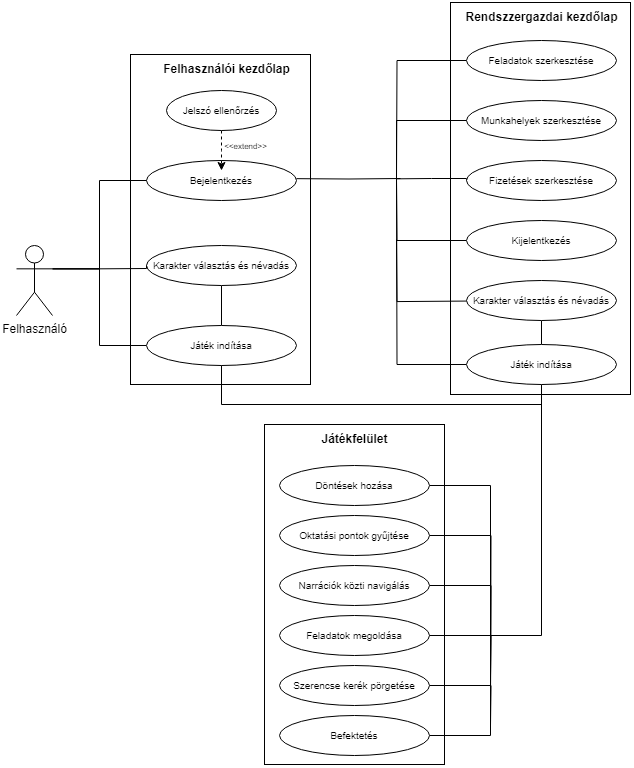
Above: images/56_eset_diagram.png in juhasznellee/szakdoga (draw.io), before the change. Source tidied: cells renumbered, new cells last; positions are measured from the earlier drawing's top-left corner, leaving out a move shared by most shapes.
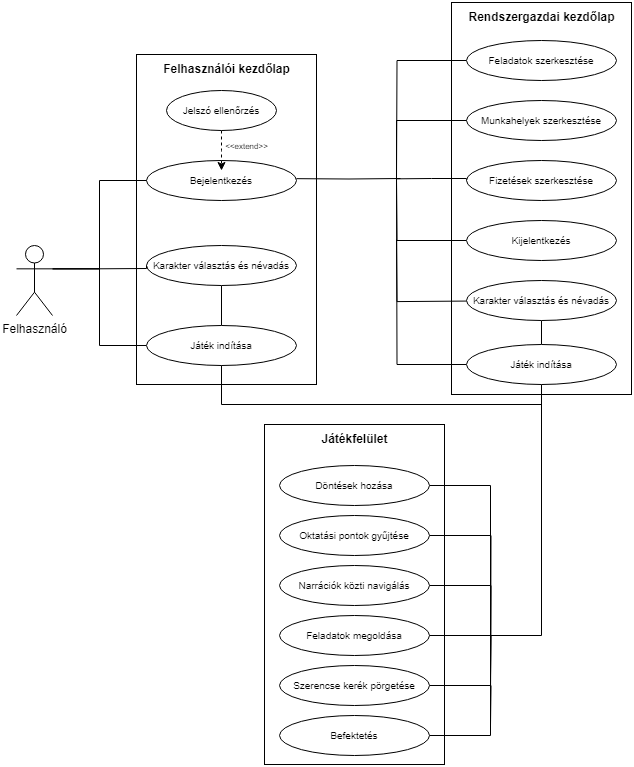
After the change.

Change to the diagram source:
```diff
@@ -121,8 +121,8 @@
     <mxCell id="28" value="&lt;font style=&quot;font-size: 10px;&quot;&gt;Játék indítása&lt;/font&gt;" style="ellipse;whiteSpace=wrap;html=1;" parent="1" vertex="1">
       <mxGeometry x="450" y="342" width="150" height="40" as="geometry" />
     </mxCell>
-    <mxCell id="29" value="&lt;b&gt;Rendszzergazdai kezdőlap&lt;/b&gt;" style="text;html=1;align=center;verticalAlign=middle;strokeColor=none;fillColor=none;" parent="1" vertex="1">
-      <mxGeometry x="435" width="180" height="30" as="geometry" />
+    <mxCell id="29" value="&lt;b&gt;Rendszergazdai kezdőlap&lt;/b&gt;" style="text;html=1;align=center;verticalAlign=middle;strokeColor=none;fillColor=none;" parent="1" vertex="1">
+      <mxGeometry x="440" width="170" height="30" as="geometry" />
     </mxCell>
     <mxCell id="30" value="&lt;b&gt;Felhasználói kezdőlap&lt;/b&gt;" style="text;html=1;align=center;verticalAlign=middle;strokeColor=none;fillColor=none;" parent="1" vertex="1">
       <mxGeometry x="135" y="52" width="150" height="30" as="geometry" />
@@ -177,10 +177,10 @@
       <mxGeometry x="293" y="422" width="90" height="30" as="geometry" />
     </mxCell>
     <mxCell id="43" style="rounded=0;whiteSpace=wrap;html=1;fillColor=none;" parent="1" vertex="1">
-      <mxGeometry x="114" y="52" width="180" height="330" as="geometry" />
+      <mxGeometry x="120" y="52" width="180" height="330" as="geometry" />
     </mxCell>
     <mxCell id="44" style="rounded=0;whiteSpace=wrap;html=1;fillColor=none;" parent="1" vertex="1">
-      <mxGeometry x="434" width="180" height="392" as="geometry" />
+      <mxGeometry x="435" width="180" height="392" as="geometry" />
     </mxCell>
     <mxCell id="45" style="rounded=0;whiteSpace=wrap;html=1;fillColor=none;" parent="1" vertex="1">
       <mxGeometry x="248" y="422" width="180" height="340" as="geometry" />
```
